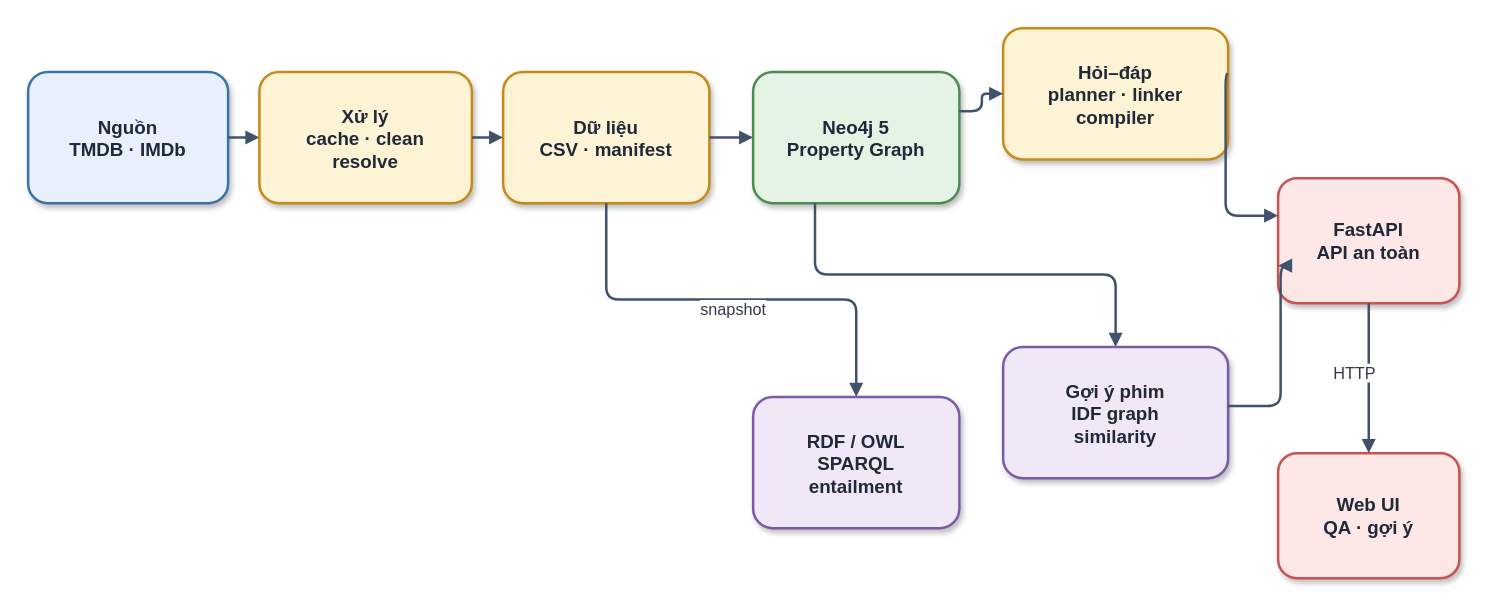
khanhhk/advanced_database keeps this draw.io diagram as report_latex/images/sources/system_architecture.drawio. Above is the earlier version. Source tidied: cells renumbered, new cells numbered last; positions are measured from the earlier drawing's top-left corner, leaving out a move shared by most shapes. Both pictures are drawn from the tidied source at 125%, with x=0, y=0 at pixel (28, 28).
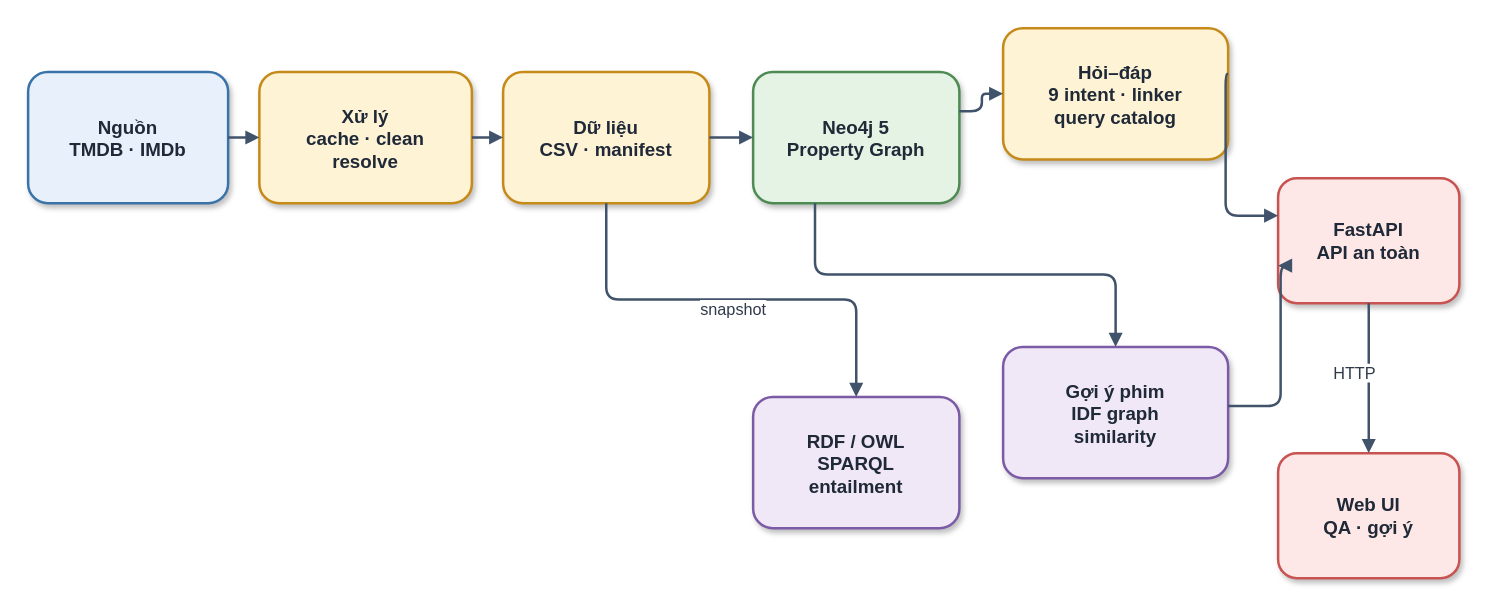
After the change.

Diff of the diagram source:
```diff
@@
-    <mxCell id="7" value="Hỏi–đáp&#10;planner · linker&#10;compiler" style="rounded=1;whiteSpace=wrap;html=1;fillColor=#FFF3D6;strokeColor=#C58A18;strokeWidth=2;fontSize=15;fontColor=#1F2937;fontStyle=1;spacing=8;shadow=1;" parent="1" vertex="1">
+    <mxCell id="7" value="Hỏi–đáp&#10;9 intent · linker&#10;query catalog" style="rounded=1;whiteSpace=wrap;html=1;fillColor=#FFF3D6;strokeColor=#C58A18;strokeWidth=2;fontSize=15;fontColor=#1F2937;fontStyle=1;spacing=8;shadow=1;" parent="1" vertex="1">
       <mxGeometry x="780" width="180" height="105" as="geometry" />
     </mxCell>
```
